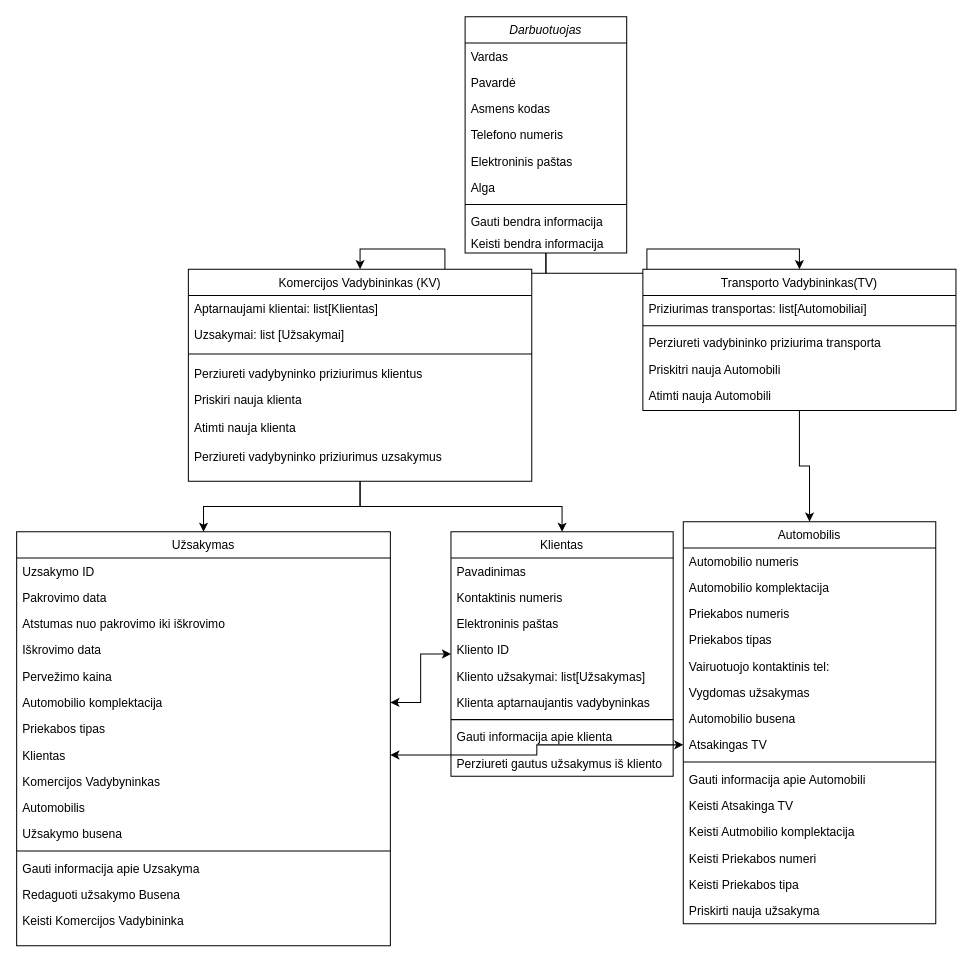
DDRAV/Miniprojektas-klusterizacija-klasifikacija- keeps this draw.io diagram as miniProjektas.drawio. Above is the earlier version. Source tidied: cells renumbered, new cells numbered last; positions are measured from the earlier drawing's top-left corner, leaving out a move shared by most shapes. Both pictures are drawn from the tidied source at 101%, with x=0, y=0 at pixel (16, 16).
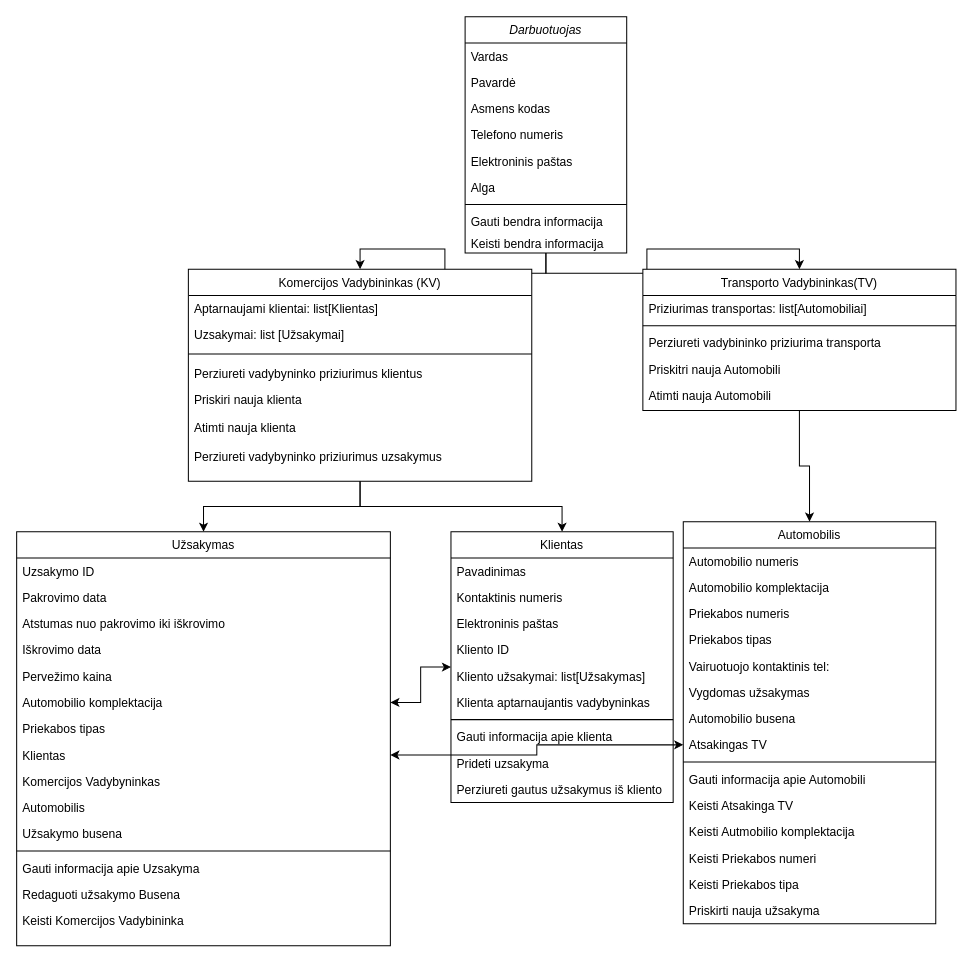
The same page after the edit.

Diff of the diagram source:
```diff
@@
     <mxCell id="64" value="Klientas" style="swimlane;fontStyle=0;align=center;verticalAlign=top;horizontal=1;startSize=26;rounded=0;shadow=0;strokeWidth=1;" parent="1" vertex="1">
-      <mxGeometry x="430" y="510" width="220" height="242" as="geometry" />
+      <mxGeometry x="430" y="510" width="220" height="268" as="geometry" />
     </mxCell>
@@
+    <mxCell id="75" value="Prideti uzsakyma" style="text;align=left;verticalAlign=top;spacingLeft=4;spacingRight=4;overflow=hidden;" parent="64" vertex="1">
+      <mxGeometry y="216" width="220" height="26" as="geometry" />
+    </mxCell>
     <mxCell id="73" value="Perziureti gautus užsakymus iš kliento" style="text;align=left;verticalAlign=top;spacingLeft=4;spacingRight=4;overflow=hidden;" parent="64" vertex="1">
-      <mxGeometry y="216" width="220" height="26" as="geometry" />
+      <mxGeometry y="242" width="220" height="26" as="geometry" />
     </mxCell>
```
